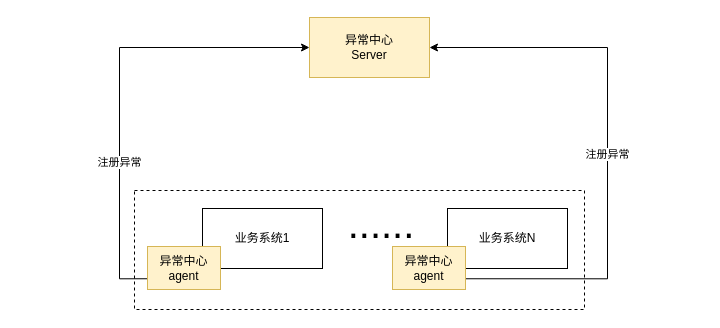
Earlier version of the draw.io diagram page "监控-01" (4 of 7) of docs/自营业务梳理.drawio (lokiworks/codebase). Source tidied: cells renumbered, new cells numbered last; positions are measured from the earlier drawing's top-left corner, leaving out a move shared by most shapes. Both pictures are drawn from the tidied source at 100%, with x=0, y=0 at pixel (119, 17).
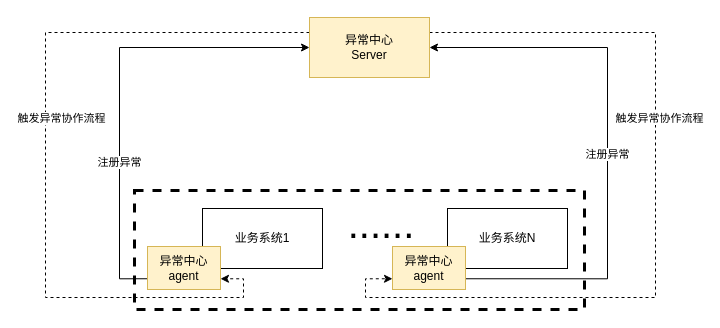
Above is the later version.

Unchanged cells that the change refers to:
```xml
<mxCell id="3" value="异常中心&lt;br&gt;Server" style="rounded=0;whiteSpace=wrap;html=1;fillColor=#fff2cc;strokeColor=#d6b656;" parent="1" vertex="1">
  <mxGeometry x="190" width="120" height="60" as="geometry" />
</mxCell>
<mxCell id="8" value="异常中心&lt;br&gt;agent" style="rounded=0;whiteSpace=wrap;html=1;fillColor=#fff2cc;strokeColor=#d6b656;" parent="1" vertex="1">
  <mxGeometry x="28" y="229" width="73" height="43" as="geometry" />
</mxCell>
<mxCell id="12" value="异常中心&lt;br&gt;agent" style="rounded=0;whiteSpace=wrap;html=1;fillColor=#fff2cc;strokeColor=#d6b656;" parent="1" vertex="1">
  <mxGeometry x="273" y="229" width="73" height="43" as="geometry" />
</mxCell>
```

What changed in the source:
```diff
@@
-    <mxCell id="2" style="rounded=0;whiteSpace=wrap;html=1;fontSize=40;strokeWidth=1;dashed=1;" parent="1" vertex="1">
+    <mxCell id="2" style="rounded=0;whiteSpace=wrap;html=1;fontSize=40;strokeWidth=3;dashed=1;fontStyle=1;" parent="1" vertex="1">
       <mxGeometry x="15" y="173" width="450" height="119" as="geometry" />
     </mxCell>
+    <mxCell id="14" style="edgeStyle=orthogonalEdgeStyle;rounded=0;jettySize=auto;html=1;exitX=0;exitY=0.25;exitDx=0;exitDy=0;entryX=1;entryY=0.75;entryDx=0;entryDy=0;dashed=1;" parent="1" edge="1" source="3" target="8">
+      <mxGeometry relative="1" as="geometry">
+        <Array as="points">
+          <mxPoint x="-74" y="15" />
+          <mxPoint x="-74" y="280" />
+          <mxPoint x="124" y="280" />
+          <mxPoint x="124" y="261" />
+        </Array>
+      </mxGeometry>
+    </mxCell>
+    <mxCell id="15" value="触发异常协作流程" style="edgeLabel;html=1;align=center;verticalAlign=middle;" parent="14" vertex="1">
+      <mxGeometry y="3" relative="1" as="geometry">
+        <mxPoint x="12" y="-35" as="offset" />
+      </mxGeometry>
+    </mxCell>
+    <mxCell id="16" style="edgeStyle=orthogonalEdgeStyle;rounded=0;jettySize=auto;html=1;exitX=1;exitY=0.25;exitDx=0;exitDy=0;entryX=0;entryY=0.75;entryDx=0;entryDy=0;dashed=1;" parent="1" edge="1" source="3" target="12">
+      <mxGeometry relative="1" as="geometry">
+        <Array as="points">
+          <mxPoint x="536" y="15" />
+          <mxPoint x="536" y="280" />
+          <mxPoint x="246" y="280" />
+          <mxPoint x="246" y="261" />
+        </Array>
+      </mxGeometry>
+    </mxCell>
@@
+    <mxCell id="17" value="触发异常协作流程" style="edgeLabel;html=1;align=center;verticalAlign=middle;" parent="1" vertex="1">
+      <mxGeometry x="539" y="100" as="geometry" />
+    </mxCell>
```
